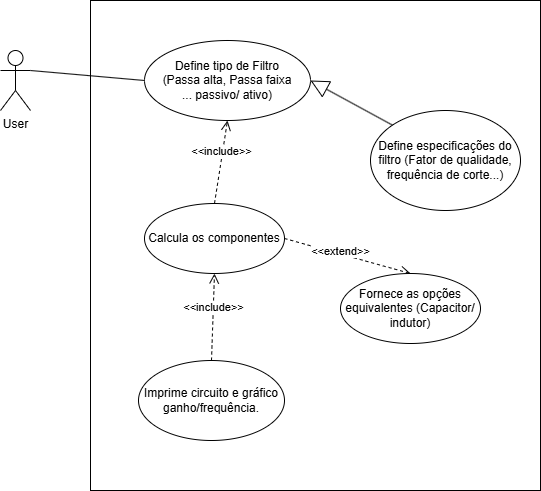
This is ProjetoFinal/img/Diagrama_caso_uso_PJ.png from EEletronicChris/prgOO, a draw.io export, as it was before one commit. Source tidied: cells renumbered, new cells last; positions are measured from the earlier drawing's top-left corner, leaving out a move shared by most shapes.
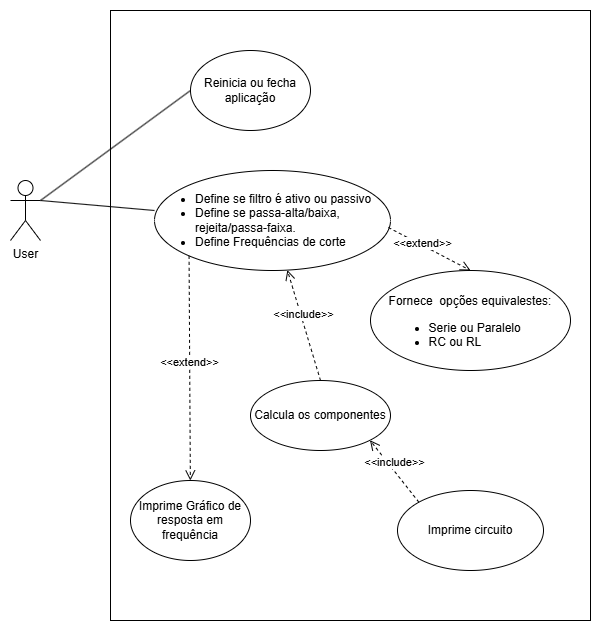
The same file after the commit.

Commit message:
Class diagram fixed and small changes on use case diagram

The edit, as a diff of the source:
```diff
@@ -6,39 +6,48 @@
       <mxGeometry y="50" width="30" height="60" as="geometry" />
     </mxCell>
     <mxCell id="3" style="html=1;whiteSpace=wrap;" parent="1" vertex="1">
-      <mxGeometry x="90" width="450" height="490" as="geometry" />
+      <mxGeometry x="100" y="-120" width="480" height="610" as="geometry" />
     </mxCell>
-    <mxCell id="4" value="Define tipo de Filtro&lt;div&gt;(Passa alta, Passa faixa&lt;/div&gt;&lt;div&gt;... passivo/ ativo)&lt;/div&gt;" style="ellipse;whiteSpace=wrap;html=1;" parent="1" vertex="1">
-      <mxGeometry x="144" y="40" width="166" height="80" as="geometry" />
+    <mxCell id="4" value="&lt;ul&gt;&lt;li style=&quot;text-align: left;&quot;&gt;Define se filtro é ativo ou passivo&lt;/li&gt;&lt;li style=&quot;text-align: left;&quot;&gt;Define se passa-alta/baixa, rejeita/passa-faixa.&lt;/li&gt;&lt;li style=&quot;text-align: left;&quot;&gt;Define Frequências de corte&lt;/li&gt;&lt;/ul&gt;" style="ellipse;whiteSpace=wrap;html=1;" parent="1" vertex="1">
+      <mxGeometry x="144" y="40" width="236" height="100" as="geometry" />
     </mxCell>
     <mxCell id="5" style="endArrow=none;html=1;rounded=0;exitX=1;exitY=0.3333333333333333;exitDx=0;exitDy=0;exitPerimeter=0;" parent="1" edge="1" source="2">
       <mxGeometry relative="1" as="geometry">
         <mxPoint x="144" y="80" as="targetPoint" />
       </mxGeometry>
     </mxCell>
-    <mxCell id="6" value="Define especificações do filtro (Fator de qualidade, frequência de corte...)" style="ellipse;whiteSpace=wrap;html=1;" parent="1" vertex="1">
-      <mxGeometry x="370" y="110" width="150" height="100" as="geometry" />
-    </mxCell>
-    <mxCell id="7" style="endArrow=block;endSize=16;endFill=0;html=1;rounded=0;entryX=1;entryY=0.5;entryDx=0;entryDy=0;exitX=0;exitY=0;exitDx=0;exitDy=0;" parent="1" edge="1" source="6" target="4">
-      <mxGeometry relative="1" as="geometry" />
-    </mxCell>
     <mxCell id="8" value="Calcula os componentes" style="ellipse;whiteSpace=wrap;html=1;" parent="1" vertex="1">
-      <mxGeometry x="144" y="203" width="140" height="70" as="geometry" />
+      <mxGeometry x="240" y="250" width="140" height="70" as="geometry" />
     </mxCell>
-    <mxCell id="9" value="&amp;lt;&amp;lt;include&amp;gt;&amp;gt;" style="html=1;verticalAlign=bottom;endArrow=open;dashed=1;endSize=8;curved=0;rounded=0;entryX=0.5;entryY=1;entryDx=0;entryDy=0;exitX=0.5;exitY=0;exitDx=0;exitDy=0;" parent="1" edge="1" source="8" target="4">
+    <mxCell id="9" value="&amp;lt;&amp;lt;include&amp;gt;&amp;gt;" style="html=1;verticalAlign=bottom;endArrow=open;dashed=1;endSize=8;curved=0;rounded=0;exitX=0.5;exitY=0;exitDx=0;exitDy=0;" parent="1" edge="1" source="8" target="4">
       <mxGeometry x="0.04" relative="1" as="geometry" />
     </mxCell>
-    <mxCell id="10" value="&amp;lt;&amp;lt;extend&amp;gt;&amp;gt;" style="html=1;verticalAlign=bottom;endArrow=open;dashed=1;endSize=8;curved=0;rounded=0;exitX=1;exitY=0.5;exitDx=0;exitDy=0;entryX=0.5;entryY=0;entryDx=0;entryDy=0;" parent="1" edge="1" source="8" target="11">
+    <mxCell id="10" value="&amp;lt;&amp;lt;extend&amp;gt;&amp;gt;" style="html=1;verticalAlign=bottom;endArrow=open;dashed=1;endSize=8;curved=0;rounded=0;exitX=0.991;exitY=0.57;exitDx=0;exitDy=0;entryX=0.5;entryY=0;entryDx=0;entryDy=0;exitPerimeter=0;" parent="1" edge="1" source="4" target="11">
       <mxGeometry x="-0.08" y="-6" relative="1" as="geometry" />
     </mxCell>
-    <mxCell id="11" value="Fornece as opções equivalentes (Capacitor/ indutor)" style="ellipse;whiteSpace=wrap;html=1;" parent="1" vertex="1">
-      <mxGeometry x="340" y="273" width="140" height="70" as="geometry" />
+    <mxCell id="11" value="&lt;div&gt;&lt;br&gt;&lt;/div&gt;&lt;div&gt;&lt;br&gt;&lt;/div&gt;Fornece&amp;nbsp; opções equivalestes:&lt;div&gt;&lt;div style=&quot;text-align: left;&quot;&gt;&lt;ul&gt;&lt;li&gt;Serie ou Paralelo&lt;/li&gt;&lt;li&gt;RC ou RL&lt;/li&gt;&lt;/ul&gt;&lt;/div&gt;&lt;div&gt;&lt;br&gt;&lt;/div&gt;&lt;/div&gt;" style="ellipse;whiteSpace=wrap;html=1;" parent="1" vertex="1">
+      <mxGeometry x="360" y="140" width="200" height="100" as="geometry" />
     </mxCell>
-    <mxCell id="12" value="Imprime circuito e gráfico ganho/frequência." style="ellipse;whiteSpace=wrap;html=1;" parent="1" vertex="1">
-      <mxGeometry x="138" y="360" width="146" height="80" as="geometry" />
+    <mxCell id="12" value="Imprime circuito" style="ellipse;whiteSpace=wrap;html=1;" parent="1" vertex="1">
+      <mxGeometry x="387" y="360" width="146" height="80" as="geometry" />
     </mxCell>
-    <mxCell id="13" value="&amp;lt;&amp;lt;include&amp;gt;&amp;gt;" style="html=1;verticalAlign=bottom;endArrow=open;dashed=1;endSize=8;curved=0;rounded=0;entryX=0.5;entryY=1;entryDx=0;entryDy=0;exitX=0.5;exitY=0;exitDx=0;exitDy=0;" parent="1" edge="1" source="12" target="8">
+    <mxCell id="13" value="&amp;lt;&amp;lt;include&amp;gt;&amp;gt;" style="html=1;verticalAlign=bottom;endArrow=open;dashed=1;endSize=8;curved=0;rounded=0;entryX=1;entryY=1;entryDx=0;entryDy=0;exitX=0;exitY=0;exitDx=0;exitDy=0;" parent="1" edge="1" source="12" target="8">
       <mxGeometry relative="1" as="geometry" />
     </mxCell>
+    <mxCell id="14" value="&amp;lt;&amp;lt;extend&amp;gt;&amp;gt;" style="html=1;verticalAlign=bottom;endArrow=open;dashed=1;endSize=8;curved=0;rounded=0;exitX=0;exitY=1;exitDx=0;exitDy=0;" parent="1" edge="1" source="4" target="15">
+      <mxGeometry x="0.04" relative="1" as="geometry" />
+    </mxCell>
+    <mxCell id="15" value="Imprime Gráfico de resposta em frequência" style="ellipse;whiteSpace=wrap;html=1;" parent="1" vertex="1">
+      <mxGeometry x="120" y="350" width="120" height="80" as="geometry" />
+    </mxCell>
+    <mxCell id="16" value="Reinicia ou fecha aplicação" style="ellipse;whiteSpace=wrap;html=1;" parent="1" vertex="1">
+      <mxGeometry x="180" y="-80" width="120" height="80" as="geometry" />
+    </mxCell>
+    <mxCell id="17" style="endArrow=none;html=1;rounded=0;" parent="1" edge="1">
+      <mxGeometry relative="1" as="geometry">
+        <mxPoint x="30" y="70" as="sourcePoint" />
+        <mxPoint x="180" y="-40" as="targetPoint" />
+      </mxGeometry>
+    </mxCell>
   </root>
 </mxGraphModel>
```
